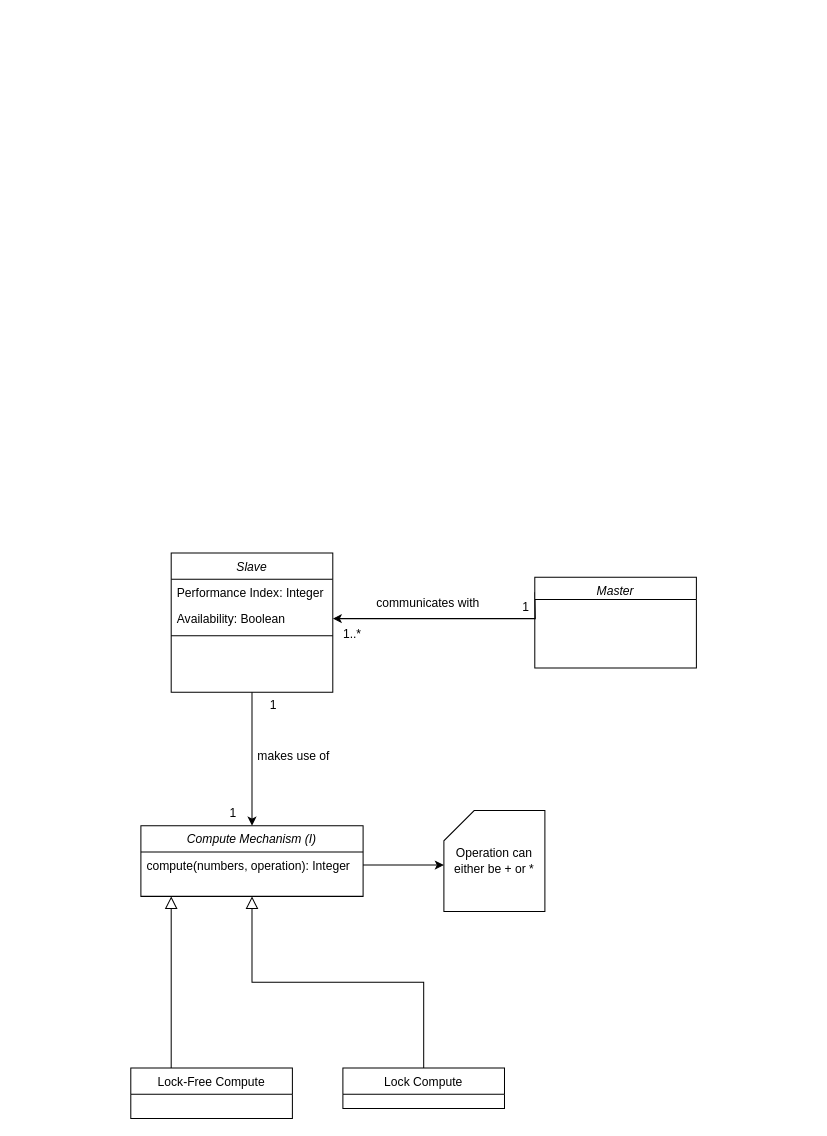
The draw.io diagram domain.drawio in freitzzz/SOCOF19-20-G5, before the edit. Source tidied: cells renumbered, new cells numbered last; positions are measured from the earlier drawing's top-left corner, leaving out a move shared by most shapes. Both pictures are drawn from the tidied source at 101%, with x=0, y=0 at pixel (130, 552).
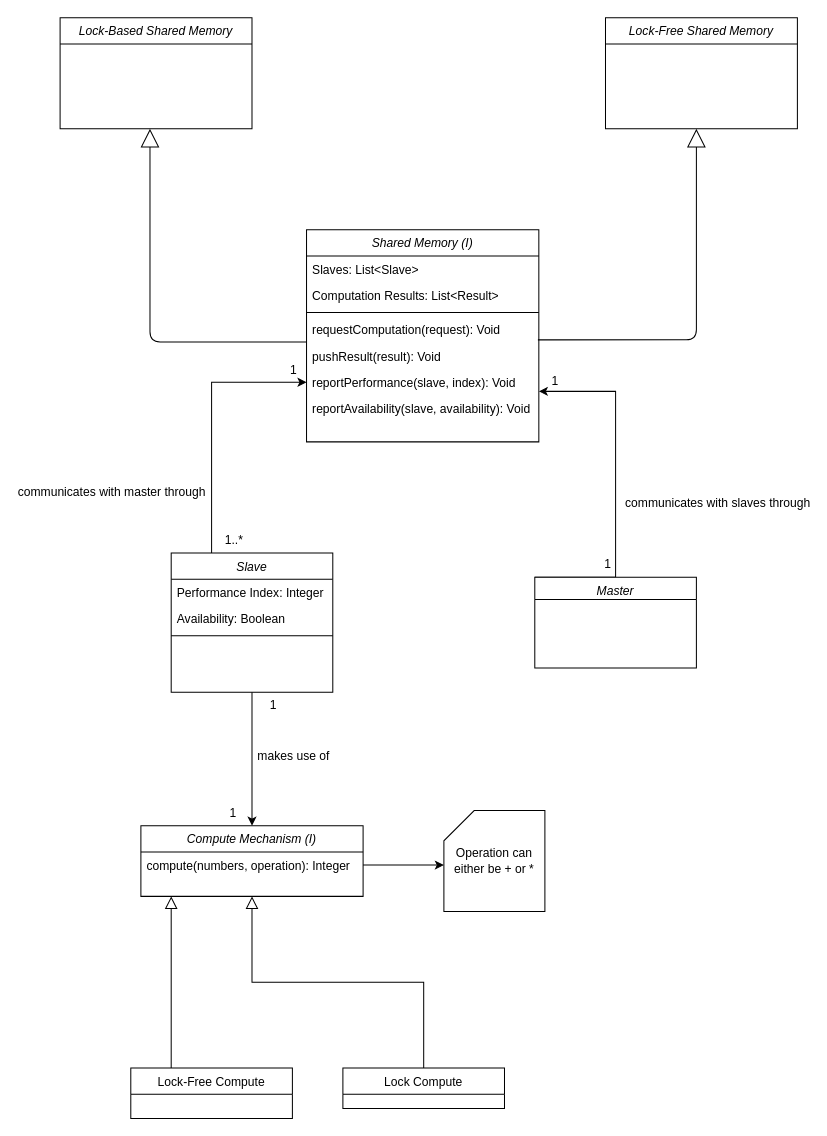
After the change.

Commit message:
Updated domain model to refer that shared memory can either have a lock-based or lock-free implementation

The change refers to these unchanged cells:
```xml
<mxCell id="12" value="Slave" style="swimlane;fontStyle=2;align=center;verticalAlign=top;horizontal=1;startSize=26;rounded=0;shadow=0;strokeWidth=1;" parent="1" vertex="1">
  <mxGeometry x="40" width="160" height="138" as="geometry" />
</mxCell>
<mxCell id="14" value="Availability: Boolean" style="text;align=left;verticalAlign=top;spacingLeft=4;spacingRight=4;overflow=hidden;points=[[0,0.5],[1,0.5]];portConstraint=eastwest;rounded=0;shadow=0;html=0;" parent="12" vertex="1">
  <mxGeometry y="52" width="160" height="26" as="geometry" />
</mxCell>
<mxCell id="20" value="Master" style="swimlane;fontStyle=2;align=center;verticalAlign=top;horizontal=1;startSize=22;rounded=0;shadow=0;strokeWidth=1;" parent="1" vertex="1">
  <mxGeometry x="400" y="24" width="160" height="90" as="geometry" />
</mxCell>
```

The edit, as a diff of the source:
```diff
@@
+    <mxCell id="23" style="edgeStyle=orthogonalEdgeStyle;rounded=0;jettySize=auto;html=1;exitX=0.25;exitY=0;exitDx=0;exitDy=0;entryX=0;entryY=0.5;entryDx=0;entryDy=0;" parent="1" edge="1" source="12" target="39">
+      <mxGeometry relative="1" as="geometry">
+        <Array as="points">
+          <mxPoint x="80" y="-169" />
+        </Array>
+      </mxGeometry>
+    </mxCell>
+    <mxCell id="24" value="1" style="text;html=1;align=center;verticalAlign=middle;" parent="23" vertex="1">
+      <mxGeometry x="0.81" y="-2" relative="1" as="geometry">
+        <mxPoint x="11" y="-15" as="offset" />
+      </mxGeometry>
+    </mxCell>
+    <mxCell id="18" value="1..*" style="text;html=1;align=center;verticalAlign=middle;" parent="23" vertex="1">
+      <mxGeometry x="0.32" y="-156" relative="1" as="geometry">
+        <mxPoint x="16" as="offset" />
+      </mxGeometry>
+    </mxCell>
+    <mxCell id="25" value="communicates with master through" style="text;html=1;align=center;verticalAlign=middle;" parent="23" vertex="1">
+      <mxGeometry x="-0.19" y="-1" relative="1" as="geometry">
+        <mxPoint x="-101" y="46" as="offset" />
+      </mxGeometry>
+    </mxCell>
@@
-    <mxCell id="16" style="edgeStyle=orthogonalEdgeStyle;rounded=0;jettySize=auto;html=1;entryX=1;entryY=0.5;entryDx=0;entryDy=0;" parent="1" edge="1" target="14">
-      <mxGeometry relative="1" as="geometry">
-        <mxPoint x="400" y="39" as="sourcePoint" />
-      </mxGeometry>
-    </mxCell>
-    <mxCell id="17" value="1" style="text;html=1;align=center;verticalAlign=middle;" parent="16" vertex="1">
-      <mxGeometry x="-0.79" y="-3" relative="1" as="geometry">
-        <mxPoint x="-7" y="-10" as="offset" />
-      </mxGeometry>
-    </mxCell>
-    <mxCell id="18" value="1..*" style="text;html=1;align=center;verticalAlign=middle;" parent="16" vertex="1">
-      <mxGeometry x="0.84" y="2" relative="1" as="geometry">
-        <mxPoint y="13" as="offset" />
-      </mxGeometry>
-    </mxCell>
-    <mxCell id="19" value="communicates with" style="text;html=1;align=center;verticalAlign=middle;" parent="1" vertex="1">
-      <mxGeometry x="234" y="40" width="120" height="20" as="geometry" />
-    </mxCell>
+    <mxCell id="26" style="edgeStyle=orthogonalEdgeStyle;rounded=0;jettySize=auto;html=1;exitX=0;exitY=0;exitDx=0;exitDy=0;entryX=1;entryY=0.846;entryDx=0;entryDy=0;entryPerimeter=0;" parent="1" edge="1" source="20" target="39">
+      <mxGeometry relative="1" as="geometry">
+        <Array as="points">
+          <mxPoint x="480" y="24" />
+          <mxPoint x="480" y="-160" />
+        </Array>
+      </mxGeometry>
+    </mxCell>
+    <mxCell id="27" value="communicates with slaves through" style="text;html=1;align=center;verticalAlign=middle;" parent="26" vertex="1">
+      <mxGeometry x="0.12" y="-1" relative="1" as="geometry">
+        <mxPoint x="99" y="36" as="offset" />
+      </mxGeometry>
+    </mxCell>
+    <mxCell id="28" value="1" style="text;html=1;align=center;verticalAlign=middle;" parent="26" vertex="1">
+      <mxGeometry x="0.86" y="2" relative="1" as="geometry">
+        <mxPoint x="-8" y="-12" as="offset" />
+      </mxGeometry>
+    </mxCell>
+    <mxCell id="29" value="1" style="text;html=1;align=center;verticalAlign=middle;" parent="26" vertex="1">
+      <mxGeometry x="-0.55" y="19" relative="1" as="geometry">
+        <mxPoint x="-6" y="5" as="offset" />
+      </mxGeometry>
+    </mxCell>
@@
+    <mxCell id="30" value="Lock-Based Shared Memory" style="swimlane;fontStyle=2;align=center;verticalAlign=top;horizontal=1;startSize=26;rounded=0;shadow=0;strokeWidth=1;" parent="1" vertex="1">
+      <mxGeometry x="-70" y="-530" width="190" height="110" as="geometry" />
+    </mxCell>
+    <mxCell id="31" style="endArrow=block;endSize=16;endFill=0;html=1;exitX=0;exitY=0.962;exitDx=0;exitDy=0;exitPerimeter=0;" parent="1" edge="1" source="37">
+      <mxGeometry x="0.05" y="-37" relative="1" as="geometry">
+        <mxPoint x="19" y="-420" as="targetPoint" />
+        <Array as="points">
+          <mxPoint x="19" y="-209" />
+        </Array>
+        <mxPoint x="-62" y="-27" as="offset" />
+      </mxGeometry>
+    </mxCell>
+    <mxCell id="32" style="endArrow=block;endSize=16;endFill=0;html=1;exitX=0.996;exitY=0.885;exitDx=0;exitDy=0;exitPerimeter=0;" parent="1" edge="1" source="37">
+      <mxGeometry x="0.05" y="-37" relative="1" as="geometry">
+        <mxPoint x="560" y="-420" as="targetPoint" />
+        <Array as="points">
+          <mxPoint x="560" y="-211" />
+        </Array>
+        <mxPoint x="-62" y="-27" as="offset" />
+      </mxGeometry>
+    </mxCell>
+    <mxCell id="33" value="Shared Memory (I)" style="swimlane;fontStyle=2;align=center;verticalAlign=top;horizontal=1;startSize=26;rounded=0;shadow=0;strokeWidth=1;" parent="1" vertex="1">
+      <mxGeometry x="174" y="-320" width="230" height="210" as="geometry" />
+    </mxCell>
+    <mxCell id="34" value="Slaves: List&lt;Slave&gt;" style="text;align=left;verticalAlign=top;spacingLeft=4;spacingRight=4;overflow=hidden;" parent="33" vertex="1">
+      <mxGeometry y="26" width="230" height="26" as="geometry" />
+    </mxCell>
+    <mxCell id="35" value="Computation Results: List&lt;Result&gt;" style="text;align=left;verticalAlign=top;spacingLeft=4;spacingRight=4;overflow=hidden;rounded=0;shadow=0;html=0;" parent="33" vertex="1">
+      <mxGeometry y="52" width="230" height="26" as="geometry" />
+    </mxCell>
+    <mxCell id="36" style="line;html=1;strokeWidth=1;align=left;verticalAlign=middle;spacingTop=-1;spacingLeft=3;spacingRight=3;labelPosition=right;" parent="33" vertex="1">
+      <mxGeometry y="78" width="230" height="8" as="geometry" />
+    </mxCell>
+    <mxCell id="37" value="requestComputation(request): Void" style="text;align=left;verticalAlign=top;spacingLeft=4;spacingRight=4;overflow=hidden;points=[[0,0.5],[1,0.5]];portConstraint=eastwest;rounded=0;shadow=0;html=0;" parent="33" vertex="1">
+      <mxGeometry y="86" width="230" height="26" as="geometry" />
+    </mxCell>
+    <mxCell id="38" value="pushResult(result): Void" style="text;align=left;verticalAlign=top;spacingLeft=4;spacingRight=4;overflow=hidden;rounded=0;shadow=0;html=0;" parent="33" vertex="1">
+      <mxGeometry y="112" width="230" height="26" as="geometry" />
+    </mxCell>
+    <mxCell id="39" value="reportPerformance(slave, index): Void" style="text;align=left;verticalAlign=top;spacingLeft=4;spacingRight=4;overflow=hidden;points=[[0,0.5],[1,0.5]];portConstraint=eastwest;rounded=0;shadow=0;html=0;" parent="33" vertex="1">
+      <mxGeometry y="138" width="230" height="26" as="geometry" />
+    </mxCell>
+    <mxCell id="40" value="reportAvailability(slave, availability): Void" style="text;align=left;verticalAlign=top;spacingLeft=4;spacingRight=4;overflow=hidden;rounded=0;shadow=0;html=0;" parent="33" vertex="1">
+      <mxGeometry y="164" width="230" height="26" as="geometry" />
+    </mxCell>
+    <mxCell id="41" value="Lock-Free Shared Memory" style="swimlane;fontStyle=2;align=center;verticalAlign=top;horizontal=1;startSize=26;rounded=0;shadow=0;strokeWidth=1;" parent="1" vertex="1">
+      <mxGeometry x="470" y="-530" width="190" height="110" as="geometry" />
+    </mxCell>
```
